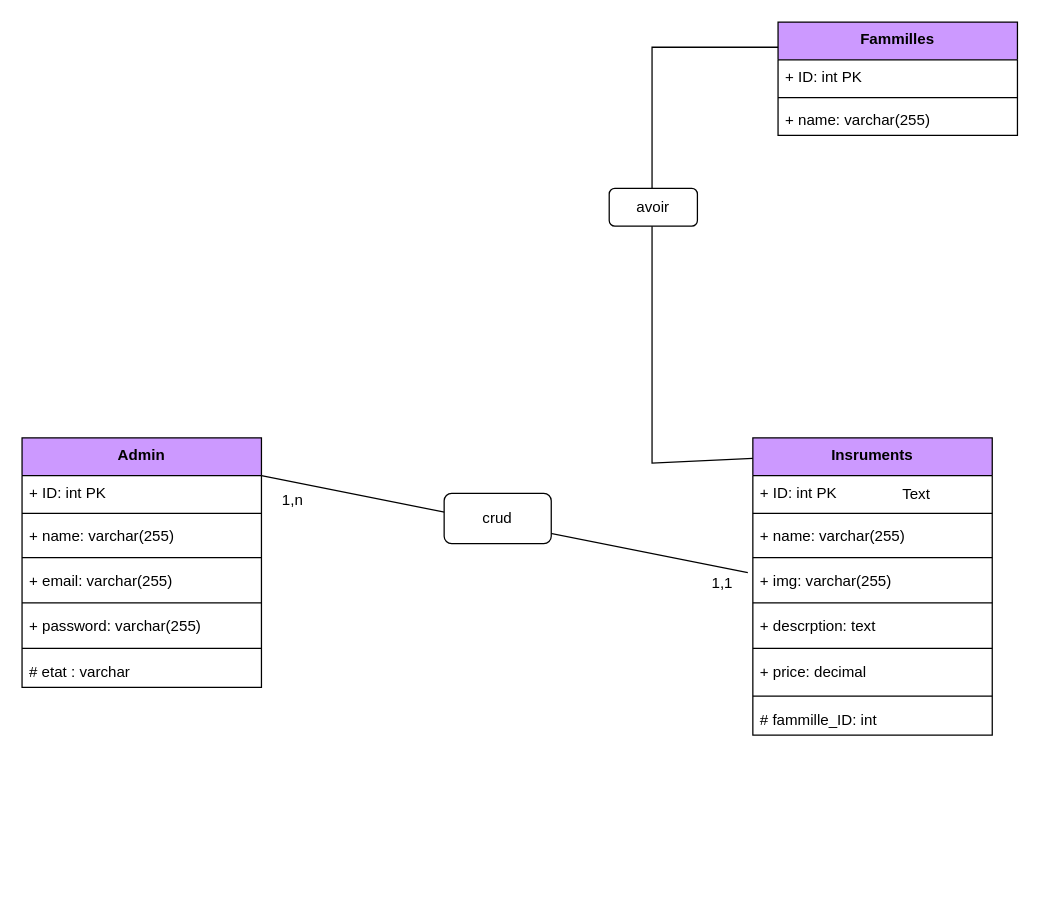
Earlier version of the draw.io diagram db/mld.drawio (shadowgks/Instruments). Source tidied: cells renumbered, new cells numbered last; positions are measured from the earlier drawing's top-left corner, leaving out a move shared by most shapes. Both pictures are drawn from the tidied source at 126%, with x=0, y=0 at pixel (21, 21).
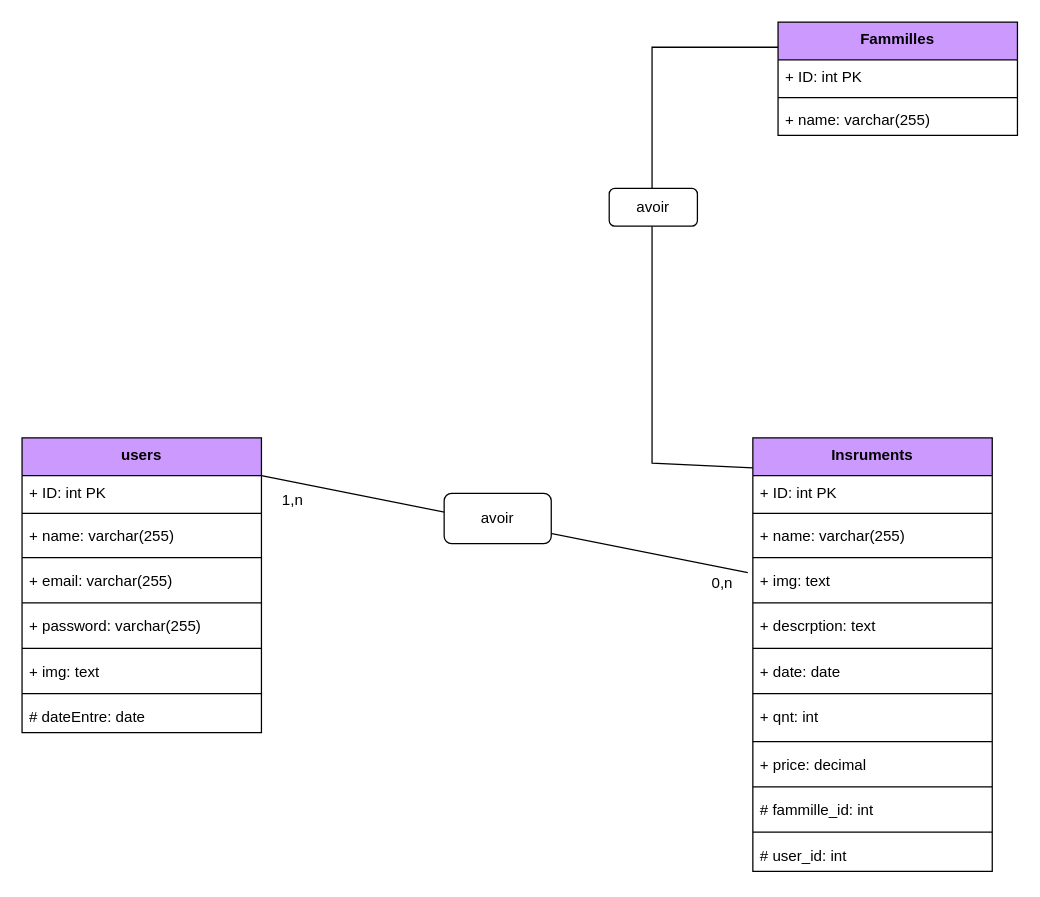
Above is the later version.

The edit, as a diff of the source:
```diff
@@
-    <mxCell id="2" value="Admin" style="swimlane;fontStyle=1;align=center;verticalAlign=top;horizontal=1;startSize=30;fillColor=#CC99FF;fillStyle=auto;gradientColor=none;swimlaneFillColor=none;" parent="1" vertex="1">
-      <mxGeometry y="330" width="190" height="198" as="geometry" />
+    <mxCell id="2" value="users" style="swimlane;fontStyle=1;align=center;verticalAlign=top;horizontal=1;startSize=30;fillColor=#CC99FF;fillStyle=auto;gradientColor=none;swimlaneFillColor=none;" parent="1" vertex="1">
+      <mxGeometry y="330" width="190" height="234" as="geometry" />
     </mxCell>
@@
+    <mxCell id="36" style="line;strokeWidth=1;fillColor=none;align=left;verticalAlign=middle;spacingTop=-1;spacingLeft=3;spacingRight=3;labelPosition=right;strokeColor=inherit;" parent="2" vertex="1">
+      <mxGeometry y="162" width="190" height="10" as="geometry" />
+    </mxCell>
+    <mxCell id="37" value="+ img: text" style="text;strokeColor=none;fillColor=none;align=left;verticalAlign=top;spacingLeft=4;spacingRight=4;overflow=hidden;" parent="2" vertex="1">
+      <mxGeometry y="172" width="190" height="26" as="geometry" />
+    </mxCell>
     <mxCell id="10" style="line;strokeWidth=1;fillColor=none;align=left;verticalAlign=middle;spacingTop=-1;spacingLeft=3;spacingRight=3;labelPosition=right;strokeColor=inherit;" parent="2" vertex="1">
-      <mxGeometry y="162" width="190" height="10" as="geometry" />
+      <mxGeometry y="198" width="190" height="10" as="geometry" />
     </mxCell>
-    <mxCell id="11" value="# etat : varchar" style="text;strokeColor=none;fillColor=none;align=left;verticalAlign=top;spacingLeft=4;spacingRight=4;overflow=hidden;" parent="2" vertex="1">
-      <mxGeometry y="172" width="190" height="26" as="geometry" />
+    <mxCell id="11" value="# dateEntre: date" style="text;strokeColor=none;fillColor=none;align=left;verticalAlign=top;spacingLeft=4;spacingRight=4;overflow=hidden;" parent="2" vertex="1">
+      <mxGeometry y="208" width="190" height="26" as="geometry" />
     </mxCell>
     <mxCell id="12" value="Insruments" style="swimlane;fontStyle=1;align=center;verticalAlign=top;horizontal=1;startSize=30;fillColor=#CC99FF;fillStyle=auto;gradientColor=none;swimlaneFillColor=none;" parent="1" vertex="1">
-      <mxGeometry x="580" y="330" width="190" height="236" as="geometry" />
+      <mxGeometry x="580" y="330" width="190" height="344" as="geometry" />
     </mxCell>
@@
-    <mxCell id="17" value="+ img: varchar(255)" style="text;strokeColor=none;fillColor=none;align=left;verticalAlign=top;spacingLeft=4;spacingRight=4;overflow=hidden;" parent="12" vertex="1">
+    <mxCell id="17" value="+ img: text" style="text;strokeColor=none;fillColor=none;align=left;verticalAlign=top;spacingLeft=4;spacingRight=4;overflow=hidden;" parent="12" vertex="1">
       <mxGeometry y="100" width="190" height="26" as="geometry" />
     </mxCell>
@@
+    <mxCell id="38" value="+ descrption: text" style="text;strokeColor=none;fillColor=none;align=left;verticalAlign=top;spacingLeft=4;spacingRight=4;overflow=hidden;" parent="12" vertex="1">
+      <mxGeometry y="136" width="190" height="26" as="geometry" />
+    </mxCell>
+    <mxCell id="39" style="line;strokeWidth=1;fillColor=none;align=left;verticalAlign=middle;spacingTop=-1;spacingLeft=3;spacingRight=3;labelPosition=right;strokeColor=inherit;" parent="12" vertex="1">
+      <mxGeometry y="162" width="190" height="10" as="geometry" />
+    </mxCell>
-    <mxCell id="19" value="+ descrption: text" style="text;strokeColor=none;fillColor=none;align=left;verticalAlign=top;spacingLeft=4;spacingRight=4;overflow=hidden;" parent="12" vertex="1">
-      <mxGeometry y="136" width="190" height="26" as="geometry" />
+    <mxCell id="19" value="+ date: date" style="text;strokeColor=none;fillColor=none;align=left;verticalAlign=top;spacingLeft=4;spacingRight=4;overflow=hidden;" parent="12" vertex="1">
+      <mxGeometry y="172" width="190" height="26" as="geometry" />
     </mxCell>
     <mxCell id="20" style="line;strokeWidth=1;fillColor=none;align=left;verticalAlign=middle;spacingTop=-1;spacingLeft=3;spacingRight=3;labelPosition=right;strokeColor=inherit;" parent="12" vertex="1">
-      <mxGeometry y="162" width="190" height="10" as="geometry" />
+      <mxGeometry y="198" width="190" height="10" as="geometry" />
     </mxCell>
-    <mxCell id="21" value="+ price: decimal&#10;" style="text;strokeColor=none;fillColor=none;align=left;verticalAlign=top;spacingLeft=4;spacingRight=4;overflow=hidden;" parent="12" vertex="1">
-      <mxGeometry y="172" width="190" height="28" as="geometry" />
+    <mxCell id="21" value="+ qnt: int&#10;&#10;" style="text;strokeColor=none;fillColor=none;align=left;verticalAlign=top;spacingLeft=4;spacingRight=4;overflow=hidden;" parent="12" vertex="1">
+      <mxGeometry y="208" width="190" height="28" as="geometry" />
     </mxCell>
+    <mxCell id="40" style="line;strokeWidth=1;fillColor=none;align=left;verticalAlign=middle;spacingTop=-1;spacingLeft=3;spacingRight=3;labelPosition=right;strokeColor=inherit;" parent="12" vertex="1">
+      <mxGeometry y="236" width="190" height="10" as="geometry" />
+    </mxCell>
+    <mxCell id="41" value="+ price: decimal" style="text;strokeColor=none;fillColor=none;align=left;verticalAlign=top;spacingLeft=4;spacingRight=4;overflow=hidden;" parent="12" vertex="1">
+      <mxGeometry y="246" width="190" height="26" as="geometry" />
+    </mxCell>
     <mxCell id="22" style="line;strokeWidth=1;fillColor=none;align=left;verticalAlign=middle;spacingTop=-1;spacingLeft=3;spacingRight=3;labelPosition=right;strokeColor=inherit;" parent="12" vertex="1">
-      <mxGeometry y="200" width="190" height="10" as="geometry" />
+      <mxGeometry y="272" width="190" height="10" as="geometry" />
     </mxCell>
-    <mxCell id="23" value="# fammille_ID: int&#10;&#10;" style="text;strokeColor=none;fillColor=none;align=left;verticalAlign=top;spacingLeft=4;spacingRight=4;overflow=hidden;" parent="12" vertex="1">
-      <mxGeometry y="210" width="190" height="26" as="geometry" />
+    <mxCell id="23" value="# fammille_id: int&#10;&#10;" style="text;strokeColor=none;fillColor=none;align=left;verticalAlign=top;spacingLeft=4;spacingRight=4;overflow=hidden;" parent="12" vertex="1">
+      <mxGeometry y="282" width="190" height="26" as="geometry" />
     </mxCell>
+    <mxCell id="42" style="line;strokeWidth=1;fillColor=none;align=left;verticalAlign=middle;spacingTop=-1;spacingLeft=3;spacingRight=3;labelPosition=right;strokeColor=inherit;" parent="12" vertex="1">
+      <mxGeometry y="308" width="190" height="10" as="geometry" />
+    </mxCell>
+    <mxCell id="43" value="# user_id: int&#10;&#10;" style="text;strokeColor=none;fillColor=none;align=left;verticalAlign=top;spacingLeft=4;spacingRight=4;overflow=hidden;" parent="12" vertex="1">
+      <mxGeometry y="318" width="190" height="26" as="geometry" />
+    </mxCell>
@@
-    <mxCell id="33" value="1,1" style="text;html=1;strokeColor=none;fillColor=none;align=center;verticalAlign=middle;whiteSpace=wrap;rounded=0;fillStyle=auto;" parent="1" vertex="1">
+    <mxCell id="33" value="0,n" style="text;html=1;strokeColor=none;fillColor=none;align=center;verticalAlign=middle;whiteSpace=wrap;rounded=0;fillStyle=auto;" parent="1" vertex="1">
       <mxGeometry x="536" y="437" width="40" height="17" as="geometry" />
     </mxCell>
-    <mxCell id="34" value="crud" style="rounded=1;whiteSpace=wrap;html=1;fillStyle=auto;fillColor=#FFFFFF;gradientColor=none;" parent="1" vertex="1">
+    <mxCell id="34" value="avoir" style="rounded=1;whiteSpace=wrap;html=1;fillStyle=auto;fillColor=#FFFFFF;gradientColor=none;" parent="1" vertex="1">
       <mxGeometry x="335" y="374" width="85" height="40" as="geometry" />
     </mxCell>
-    <mxCell id="35" value="Text" style="text;html=1;strokeColor=none;fillColor=none;align=center;verticalAlign=middle;whiteSpace=wrap;rounded=0;fillStyle=auto;" parent="1" vertex="1">
-      <mxGeometry x="680" y="360" width="60" height="30" as="geometry" />
-    </mxCell>
```
